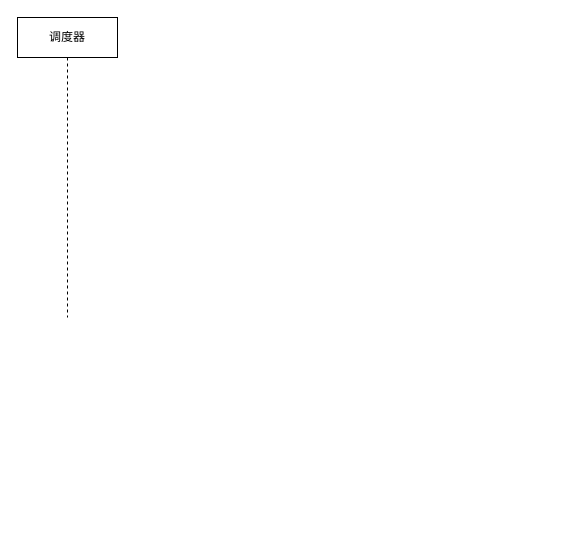
This is 执行容器任务.drawio from tianshengdiwangK/common, a draw.io file, before an edit. Source tidied: cells renumbered, new cells numbered last; positions are measured from the earlier drawing's top-left corner, leaving out a move shared by most shapes. Both pictures are drawn from the tidied source at 100%, with x=0, y=0 at pixel (17, 17).
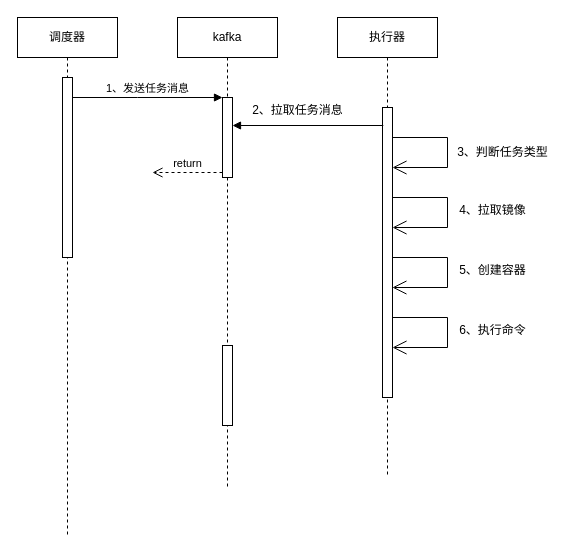
Above is the later version.

Commit message (it also covers changes not shown here):
更新执行容器任务.drawio

The edit, as a diff of the source:
```diff
@@
     <mxCell id="2" value="调度器" style="shape=umlLifeline;perimeter=lifelinePerimeter;whiteSpace=wrap;html=1;newEdgeStyle={&quot;edgeStyle&quot;:&quot;elbowEdgeStyle&quot;,&quot;elbow&quot;:&quot;vertical&quot;,&quot;curved&quot;:0,&quot;rounded&quot;:0};" parent="1" vertex="1">
-      <mxGeometry width="100" height="300" as="geometry" />
+      <mxGeometry width="100" height="520" as="geometry" />
     </mxCell>
+    <mxCell id="3" style="html=1;points=[];perimeter=orthogonalPerimeter;outlineConnect=0;targetShapes=umlLifeline;portConstraint=eastwest;newEdgeStyle={&quot;edgeStyle&quot;:&quot;elbowEdgeStyle&quot;,&quot;elbow&quot;:&quot;vertical&quot;,&quot;curved&quot;:0,&quot;rounded&quot;:0};" parent="2" vertex="1">
+      <mxGeometry x="45" y="60" width="10" height="180" as="geometry" />
+    </mxCell>
+    <mxCell id="4" value="kafka" style="shape=umlLifeline;perimeter=lifelinePerimeter;whiteSpace=wrap;html=1;newEdgeStyle={&quot;edgeStyle&quot;:&quot;elbowEdgeStyle&quot;,&quot;elbow&quot;:&quot;vertical&quot;,&quot;curved&quot;:0,&quot;rounded&quot;:0};" parent="1" vertex="1">
+      <mxGeometry x="160" width="100" height="470" as="geometry" />
+    </mxCell>
+    <mxCell id="5" style="html=1;points=[];perimeter=orthogonalPerimeter;outlineConnect=0;targetShapes=umlLifeline;portConstraint=eastwest;newEdgeStyle={&quot;edgeStyle&quot;:&quot;elbowEdgeStyle&quot;,&quot;elbow&quot;:&quot;vertical&quot;,&quot;curved&quot;:0,&quot;rounded&quot;:0};" parent="4" vertex="1">
+      <mxGeometry x="45" y="80" width="10" height="80" as="geometry" />
+    </mxCell>
+    <mxCell id="6" value="return" style="html=1;verticalAlign=bottom;endArrow=open;dashed=1;endSize=8;edgeStyle=elbowEdgeStyle;elbow=vertical;curved=0;rounded=0;" parent="4" edge="1" source="5">
+      <mxGeometry relative="1" as="geometry">
+        <mxPoint x="-25" y="155" as="targetPoint" />
+      </mxGeometry>
+    </mxCell>
+    <mxCell id="7" style="html=1;perimeter=orthogonalPerimeter;targetShapes=umlLifeline;newEdgeStyle={&quot;edgeStyle&quot;:&quot;elbowEdgeStyle&quot;,&quot;elbow&quot;:&quot;vertical&quot;,&quot;curved&quot;:0,&quot;rounded&quot;:0};" parent="4" vertex="1">
+      <mxGeometry x="45" y="328" width="10" height="80" as="geometry" />
+    </mxCell>
+    <mxCell id="8" value="执行器" style="shape=umlLifeline;perimeter=lifelinePerimeter;whiteSpace=wrap;html=1;newEdgeStyle={&quot;edgeStyle&quot;:&quot;elbowEdgeStyle&quot;,&quot;elbow&quot;:&quot;vertical&quot;,&quot;curved&quot;:0,&quot;rounded&quot;:0};" parent="1" vertex="1">
+      <mxGeometry x="320" width="100" height="460" as="geometry" />
+    </mxCell>
+    <mxCell id="9" style="html=1;points=[];perimeter=orthogonalPerimeter;outlineConnect=0;targetShapes=umlLifeline;portConstraint=eastwest;newEdgeStyle={&quot;edgeStyle&quot;:&quot;elbowEdgeStyle&quot;,&quot;elbow&quot;:&quot;vertical&quot;,&quot;curved&quot;:0,&quot;rounded&quot;:0};" parent="8" vertex="1">
+      <mxGeometry x="45" y="90" width="10" height="290" as="geometry" />
+    </mxCell>
+    <mxCell id="10" style="endArrow=open;endFill=1;endSize=12;html=1;rounded=0;edgeStyle=orthogonalEdgeStyle;" parent="8" edge="1" target="9">
+      <mxGeometry relative="1" as="geometry">
+        <mxPoint x="55" y="120" as="sourcePoint" />
+        <Array as="points">
+          <mxPoint x="110" y="120" />
+          <mxPoint x="110" y="150" />
+        </Array>
+      </mxGeometry>
+    </mxCell>
+    <mxCell id="11" value="1、发送任务消息" style="html=1;verticalAlign=bottom;endArrow=block;edgeStyle=elbowEdgeStyle;elbow=vertical;curved=0;rounded=0;" parent="1" edge="1" source="3" target="5">
+      <mxGeometry relative="1" as="geometry">
+        <Array as="points">
+          <mxPoint x="120" y="80" />
+        </Array>
+      </mxGeometry>
+    </mxCell>
+    <mxCell id="12" style="endArrow=none;startArrow=block;endFill=0;startFill=1;html=1;rounded=0;entryX=0.076;entryY=0.123;entryDx=0;entryDy=0;entryPerimeter=0;" parent="1" edge="1">
+      <mxGeometry relative="1" as="geometry">
+        <mxPoint x="215" y="108" as="sourcePoint" />
+        <mxPoint x="365.8" y="108" as="targetPoint" />
+      </mxGeometry>
+    </mxCell>
+    <mxCell id="13" value="2、拉取任务消息" style="text;html=1;align=center;verticalAlign=middle;strokeColor=none;fillColor=none;" parent="1" vertex="1">
+      <mxGeometry x="225" y="78" width="110" height="30" as="geometry" />
+    </mxCell>
+    <mxCell id="14" value="3、判断任务类型" style="text;html=1;align=center;verticalAlign=middle;strokeColor=none;fillColor=none;" parent="1" vertex="1">
+      <mxGeometry x="430" y="120" width="110" height="30" as="geometry" />
+    </mxCell>
+    <mxCell id="15" style="endArrow=open;endFill=1;endSize=12;html=1;rounded=0;edgeStyle=orthogonalEdgeStyle;" parent="1" edge="1">
+      <mxGeometry relative="1" as="geometry">
+        <mxPoint x="375" y="180" as="sourcePoint" />
+        <mxPoint x="375" y="210" as="targetPoint" />
+        <Array as="points">
+          <mxPoint x="430" y="180" />
+          <mxPoint x="430" y="210" />
+        </Array>
+      </mxGeometry>
+    </mxCell>
+    <mxCell id="16" value="4、拉取镜像" style="text;html=1;align=center;verticalAlign=middle;strokeColor=none;fillColor=none;" parent="1" vertex="1">
+      <mxGeometry x="430" y="178" width="90" height="30" as="geometry" />
+    </mxCell>
+    <mxCell id="17" style="endArrow=open;endFill=1;endSize=12;html=1;rounded=0;edgeStyle=orthogonalEdgeStyle;" parent="1" edge="1">
+      <mxGeometry relative="1" as="geometry">
+        <mxPoint x="374.9" y="240" as="sourcePoint" />
+        <mxPoint x="374.9" y="270" as="targetPoint" />
+        <Array as="points">
+          <mxPoint x="430" y="240" />
+          <mxPoint x="430" y="270" />
+        </Array>
+      </mxGeometry>
+    </mxCell>
+    <mxCell id="18" value="5、创建容器" style="text;html=1;align=center;verticalAlign=middle;strokeColor=none;fillColor=none;" parent="1" vertex="1">
+      <mxGeometry x="430" y="238" width="90" height="30" as="geometry" />
+    </mxCell>
+    <mxCell id="19" style="endArrow=open;endFill=1;endSize=12;html=1;rounded=0;edgeStyle=orthogonalEdgeStyle;" parent="1" edge="1">
+      <mxGeometry relative="1" as="geometry">
+        <mxPoint x="375" y="300" as="sourcePoint" />
+        <mxPoint x="375" y="330" as="targetPoint" />
+        <Array as="points">
+          <mxPoint x="430" y="300" />
+          <mxPoint x="430" y="330" />
+        </Array>
+      </mxGeometry>
+    </mxCell>
+    <mxCell id="20" value="6、执行命令" style="text;html=1;align=center;verticalAlign=middle;strokeColor=none;fillColor=none;" parent="1" vertex="1">
+      <mxGeometry x="430" y="298" width="90" height="30" as="geometry" />
+    </mxCell>
```
